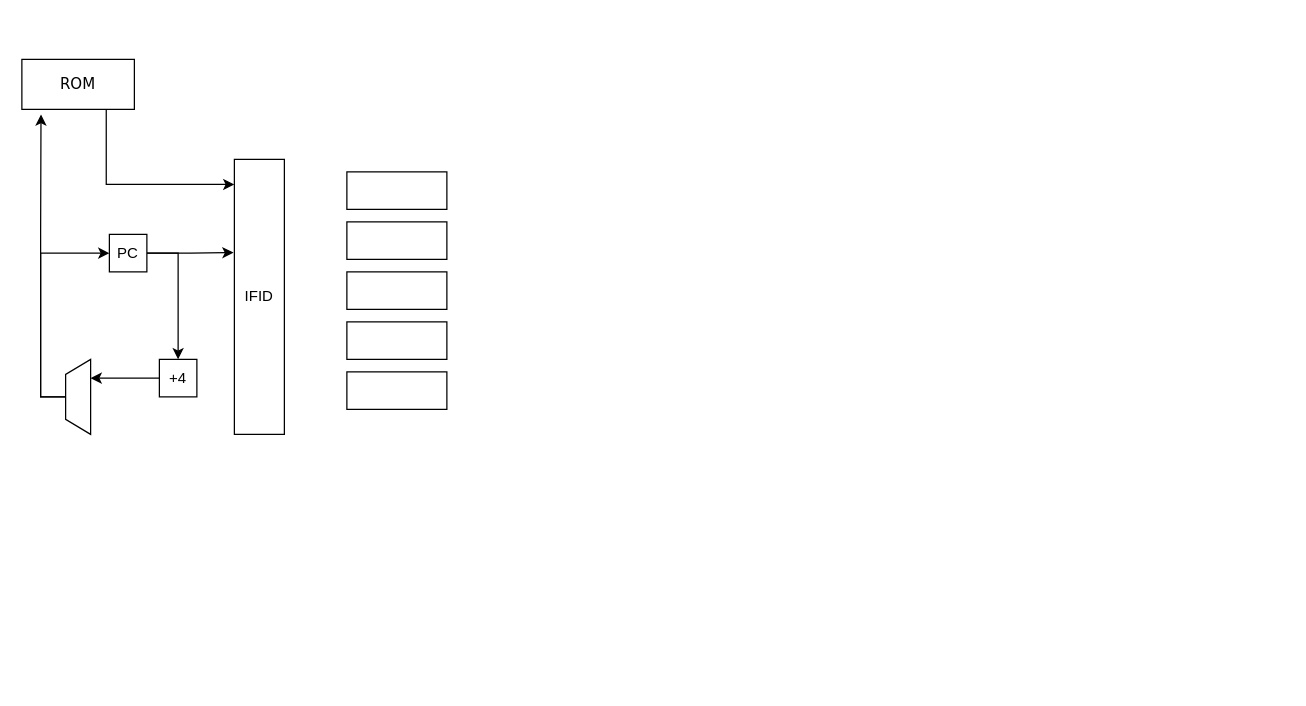
This is Untitled Diagram.drawio from woshiys/-, a draw.io file, before an edit. Source tidied: cells renumbered, new cells numbered last; positions are measured from the earlier drawing's top-left corner, leaving out a move shared by most shapes. Both pictures are drawn from the tidied source at 125%, with x=0, y=0 at pixel (21, 59).
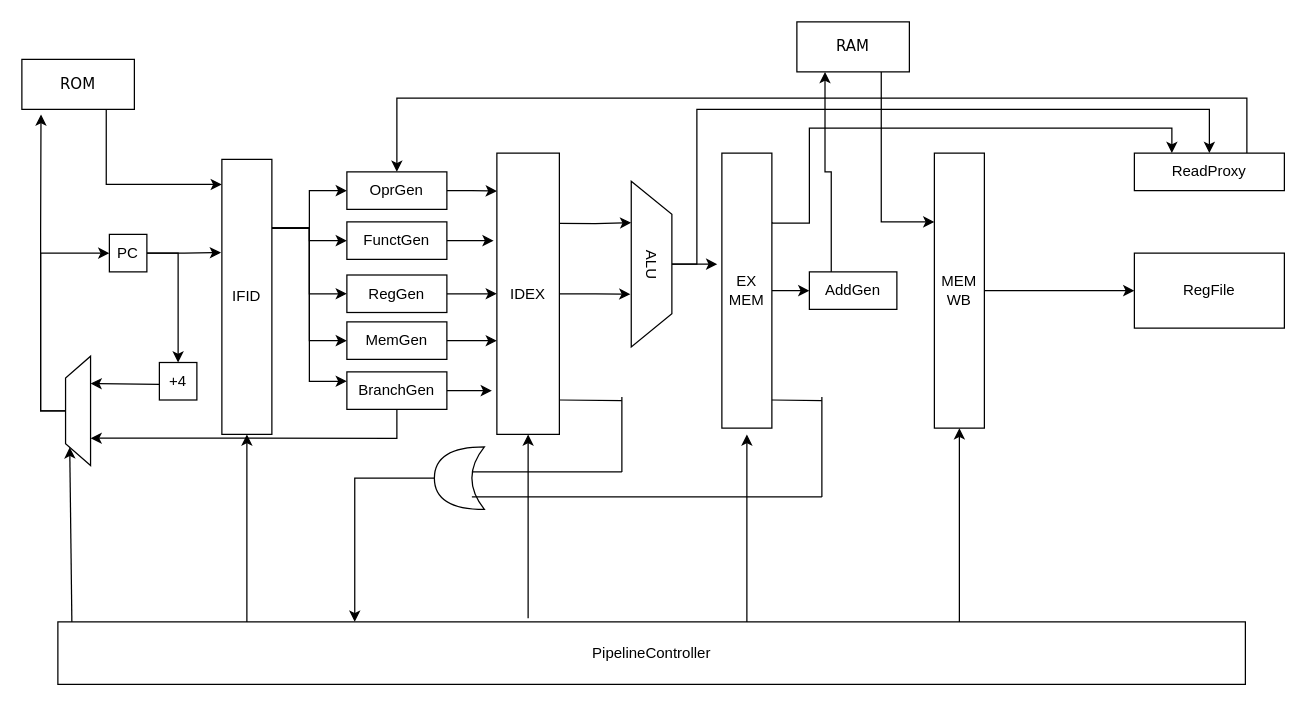
The same diagram, later.

What changed in the source:
```diff
@@
+    <mxCell id="18" style="edgeStyle=orthogonalEdgeStyle;rounded=0;jettySize=auto;html=1;exitX=1;exitY=0.25;exitDx=0;exitDy=0;entryX=0;entryY=0.5;entryDx=0;entryDy=0;" parent="1" edge="1" source="7" target="13">
+      <mxGeometry relative="1" as="geometry" />
+    </mxCell>
+    <mxCell id="19" style="edgeStyle=orthogonalEdgeStyle;rounded=0;jettySize=auto;html=1;exitX=1;exitY=0.25;exitDx=0;exitDy=0;entryX=0;entryY=0.5;entryDx=0;entryDy=0;" parent="1" edge="1" source="7" target="14">
+      <mxGeometry relative="1" as="geometry" />
+    </mxCell>
+    <mxCell id="20" style="edgeStyle=orthogonalEdgeStyle;rounded=0;jettySize=auto;html=1;exitX=1;exitY=0.25;exitDx=0;exitDy=0;entryX=0;entryY=0.5;entryDx=0;entryDy=0;" parent="1" edge="1" source="7" target="15">
+      <mxGeometry relative="1" as="geometry" />
+    </mxCell>
+    <mxCell id="21" style="edgeStyle=orthogonalEdgeStyle;rounded=0;jettySize=auto;html=1;exitX=1;exitY=0.25;exitDx=0;exitDy=0;entryX=0;entryY=0.5;entryDx=0;entryDy=0;" parent="1" edge="1" source="7" target="16">
+      <mxGeometry relative="1" as="geometry" />
+    </mxCell>
+    <mxCell id="22" style="edgeStyle=orthogonalEdgeStyle;rounded=0;jettySize=auto;html=1;exitX=1;exitY=0.25;exitDx=0;exitDy=0;entryX=0;entryY=0.25;entryDx=0;entryDy=0;" parent="1" edge="1" source="7" target="17">
+      <mxGeometry relative="1" as="geometry" />
+    </mxCell>
     <mxCell id="7" value="IFID" style="rounded=0;whiteSpace=wrap;html=1;" parent="1" vertex="1">
-      <mxGeometry x="170" y="80" width="40" height="220" as="geometry" />
+      <mxGeometry x="160" y="80" width="40" height="220" as="geometry" />
     </mxCell>
@@
     <mxCell id="10" style="shape=trapezoid;perimeter=trapezoidPerimeter;whiteSpace=wrap;html=1;rotation=-90;" parent="1" vertex="1">
-      <mxGeometry x="15" y="260" width="60" height="20" as="geometry" />
+      <mxGeometry x="1.2" y="271.2" width="87.5" height="20" as="geometry" />
     </mxCell>
-    <mxCell id="11" style="edgeStyle=orthogonalEdgeStyle;rounded=0;jettySize=auto;html=1;exitX=0;exitY=0.5;exitDx=0;exitDy=0;entryX=0.75;entryY=1;entryDx=0;entryDy=0;" parent="1" edge="1" source="12" target="10">
-      <mxGeometry relative="1" as="geometry" />
-    </mxCell>
     <mxCell id="12" value="+4" style="whiteSpace=wrap;html=1;" parent="1" vertex="1">
-      <mxGeometry x="110" y="240" width="30" height="30" as="geometry" />
+      <mxGeometry x="110" y="242.5" width="30" height="30" as="geometry" />
     </mxCell>
+    <mxCell id="23" style="edgeStyle=orthogonalEdgeStyle;rounded=0;jettySize=auto;html=1;exitX=1;exitY=0.5;exitDx=0;exitDy=0;entryX=0;entryY=0.135;entryDx=0;entryDy=0;entryPerimeter=0;" parent="1" edge="1" source="13" target="32">
+      <mxGeometry relative="1" as="geometry" />
+    </mxCell>
-    <mxCell id="13" style="rounded=0;whiteSpace=wrap;html=1;" parent="1" vertex="1">
+    <mxCell id="13" value="OprGen" style="rounded=0;whiteSpace=wrap;html=1;" parent="1" vertex="1">
       <mxGeometry x="260" y="90" width="80" height="30" as="geometry" />
     </mxCell>
+    <mxCell id="24" style="edgeStyle=orthogonalEdgeStyle;rounded=0;jettySize=auto;html=1;exitX=1;exitY=0.5;exitDx=0;exitDy=0;entryX=-0.053;entryY=0.313;entryDx=0;entryDy=0;entryPerimeter=0;" parent="1" edge="1" source="14" target="32">
+      <mxGeometry relative="1" as="geometry" />
+    </mxCell>
-    <mxCell id="14" style="rounded=0;whiteSpace=wrap;html=1;" parent="1" vertex="1">
+    <mxCell id="14" value="FunctGen" style="rounded=0;whiteSpace=wrap;html=1;" parent="1" vertex="1">
       <mxGeometry x="260" y="130" width="80" height="30" as="geometry" />
     </mxCell>
+    <mxCell id="25" style="edgeStyle=orthogonalEdgeStyle;rounded=0;jettySize=auto;html=1;exitX=1;exitY=0.5;exitDx=0;exitDy=0;entryX=0;entryY=0.5;entryDx=0;entryDy=0;" parent="1" edge="1" source="15" target="32">
+      <mxGeometry relative="1" as="geometry" />
+    </mxCell>
-    <mxCell id="15" style="rounded=0;whiteSpace=wrap;html=1;" parent="1" vertex="1">
-      <mxGeometry x="260" y="170" width="80" height="30" as="geometry" />
+    <mxCell id="15" value="RegGen" style="rounded=0;whiteSpace=wrap;html=1;" parent="1" vertex="1">
+      <mxGeometry x="260" y="172.5" width="80" height="30" as="geometry" />
     </mxCell>
+    <mxCell id="26" style="edgeStyle=orthogonalEdgeStyle;rounded=0;jettySize=auto;html=1;exitX=1;exitY=0.5;exitDx=0;exitDy=0;entryX=0;entryY=0.667;entryDx=0;entryDy=0;entryPerimeter=0;" parent="1" edge="1" source="16" target="32">
+      <mxGeometry relative="1" as="geometry" />
+    </mxCell>
-    <mxCell id="16" style="rounded=0;whiteSpace=wrap;html=1;" parent="1" vertex="1">
+    <mxCell id="16" value="MemGen" style="rounded=0;whiteSpace=wrap;html=1;" parent="1" vertex="1">
       <mxGeometry x="260" y="210" width="80" height="30" as="geometry" />
     </mxCell>
+    <mxCell id="27" style="edgeStyle=orthogonalEdgeStyle;rounded=0;jettySize=auto;html=1;exitX=1;exitY=0.5;exitDx=0;exitDy=0;entryX=-0.08;entryY=0.843;entryDx=0;entryDy=0;entryPerimeter=0;" parent="1" edge="1" source="17" target="32">
+      <mxGeometry relative="1" as="geometry" />
+    </mxCell>
+    <mxCell id="28" style="edgeStyle=orthogonalEdgeStyle;rounded=0;jettySize=auto;html=1;exitX=0.25;exitY=1;exitDx=0;exitDy=0;" parent="1" edge="1" source="17">
+      <mxGeometry relative="1" as="geometry">
+        <mxPoint x="280.1" y="280.6" as="targetPoint" />
+      </mxGeometry>
+    </mxCell>
+    <mxCell id="29" style="edgeStyle=orthogonalEdgeStyle;rounded=0;jettySize=auto;html=1;exitX=0.5;exitY=1;exitDx=0;exitDy=0;entryX=0.25;entryY=1;entryDx=0;entryDy=0;" parent="1" edge="1" source="17" target="10">
+      <mxGeometry relative="1" as="geometry" />
+    </mxCell>
-    <mxCell id="17" style="rounded=0;whiteSpace=wrap;html=1;" parent="1" vertex="1">
+    <mxCell id="17" value="BranchGen" style="rounded=0;whiteSpace=wrap;html=1;" parent="1" vertex="1">
       <mxGeometry x="260" y="250" width="80" height="30" as="geometry" />
     </mxCell>
+    <mxCell id="30" style="edgeStyle=orthogonalEdgeStyle;rounded=0;jettySize=auto;html=1;exitX=1;exitY=0.25;exitDx=0;exitDy=0;entryX=0.25;entryY=1;entryDx=0;entryDy=0;" parent="1" edge="1" source="32" target="35">
+      <mxGeometry relative="1" as="geometry" />
+    </mxCell>
+    <mxCell id="31" style="edgeStyle=orthogonalEdgeStyle;rounded=0;jettySize=auto;html=1;exitX=1;exitY=0.5;exitDx=0;exitDy=0;entryX=0.682;entryY=1.021;entryDx=0;entryDy=0;entryPerimeter=0;" parent="1" edge="1" source="32" target="35">
+      <mxGeometry relative="1" as="geometry" />
+    </mxCell>
+    <mxCell id="32" value="IDEX" style="rounded=0;whiteSpace=wrap;html=1;" parent="1" vertex="1">
+      <mxGeometry x="380" y="75" width="50" height="225" as="geometry" />
+    </mxCell>
+    <mxCell id="33" style="edgeStyle=orthogonalEdgeStyle;rounded=0;jettySize=auto;html=1;exitX=0.5;exitY=0;exitDx=0;exitDy=0;entryX=-0.092;entryY=0.401;entryDx=0;entryDy=0;entryPerimeter=0;" parent="1" edge="1" source="35" target="38">
+      <mxGeometry relative="1" as="geometry" />
+    </mxCell>
+    <mxCell id="34" style="edgeStyle=orthogonalEdgeStyle;rounded=0;jettySize=auto;html=1;exitX=0.5;exitY=0;exitDx=0;exitDy=0;entryX=0.5;entryY=0;entryDx=0;entryDy=0;" parent="1" edge="1" source="35" target="46">
+      <mxGeometry relative="1" as="geometry">
+        <Array as="points">
+          <mxPoint x="540" y="163" />
+          <mxPoint x="540" y="40" />
+          <mxPoint x="950" y="40" />
+        </Array>
+      </mxGeometry>
+    </mxCell>
+    <mxCell id="35" value="ALU" style="shape=trapezoid;perimeter=trapezoidPerimeter;whiteSpace=wrap;html=1;rotation=90;" parent="1" vertex="1">
+      <mxGeometry x="437.5" y="147.5" width="132.5" height="32.5" as="geometry" />
+    </mxCell>
+    <mxCell id="36" style="edgeStyle=orthogonalEdgeStyle;rounded=0;jettySize=auto;html=1;exitX=1;exitY=0.25;exitDx=0;exitDy=0;entryX=0.25;entryY=0;entryDx=0;entryDy=0;" parent="1" edge="1" source="38" target="46">
+      <mxGeometry relative="1" as="geometry">
+        <Array as="points">
+          <mxPoint x="630" y="131" />
+          <mxPoint x="630" y="55" />
+          <mxPoint x="920" y="55" />
+        </Array>
+      </mxGeometry>
+    </mxCell>
+    <mxCell id="37" style="edgeStyle=orthogonalEdgeStyle;rounded=0;jettySize=auto;html=1;exitX=1;exitY=0.5;exitDx=0;exitDy=0;entryX=0;entryY=0.5;entryDx=0;entryDy=0;" parent="1" edge="1" source="38" target="42">
+      <mxGeometry relative="1" as="geometry" />
+    </mxCell>
+    <mxCell id="38" value="EX&lt;br&gt;MEM" style="rounded=0;whiteSpace=wrap;html=1;" parent="1" vertex="1">
+      <mxGeometry x="560" y="75" width="40" height="220" as="geometry" />
+    </mxCell>
+    <mxCell id="39" style="edgeStyle=orthogonalEdgeStyle;rounded=0;jettySize=auto;html=1;exitX=1;exitY=0.5;exitDx=0;exitDy=0;entryX=0;entryY=0.5;entryDx=0;entryDy=0;" parent="1" edge="1" source="40" target="47">
+      <mxGeometry relative="1" as="geometry" />
+    </mxCell>
+    <mxCell id="40" value="MEM&lt;br&gt;WB" style="rounded=0;whiteSpace=wrap;html=1;" parent="1" vertex="1">
+      <mxGeometry x="730" y="75" width="40" height="220" as="geometry" />
+    </mxCell>
+    <mxCell id="41" style="edgeStyle=orthogonalEdgeStyle;rounded=0;jettySize=auto;html=1;exitX=0.25;exitY=0;exitDx=0;exitDy=0;entryX=0.25;entryY=1;entryDx=0;entryDy=0;" parent="1" edge="1" source="42" target="44">
+      <mxGeometry relative="1" as="geometry" />
+    </mxCell>
+    <mxCell id="42" value="AddGen" style="rounded=0;whiteSpace=wrap;html=1;" parent="1" vertex="1">
+      <mxGeometry x="630" y="170" width="70" height="30" as="geometry" />
+    </mxCell>
+    <mxCell id="43" style="edgeStyle=orthogonalEdgeStyle;rounded=0;jettySize=auto;html=1;exitX=0.75;exitY=1;exitDx=0;exitDy=0;entryX=0;entryY=0.25;entryDx=0;entryDy=0;" parent="1" edge="1" source="44" target="40">
+      <mxGeometry relative="1" as="geometry" />
+    </mxCell>
+    <mxCell id="44" value="&lt;font style=&quot;vertical-align: inherit&quot; face=&quot;Verdana&quot;&gt;RAM&lt;/font&gt;" style="rounded=0;whiteSpace=wrap;html=1;" parent="1" vertex="1">
+      <mxGeometry x="620" y="-30" width="90" height="40" as="geometry" />
+    </mxCell>
+    <mxCell id="45" style="edgeStyle=orthogonalEdgeStyle;rounded=0;jettySize=auto;html=1;exitX=0.75;exitY=0;exitDx=0;exitDy=0;entryX=0.5;entryY=0;entryDx=0;entryDy=0;" parent="1" edge="1" source="46" target="13">
+      <mxGeometry relative="1" as="geometry">
+        <Array as="points">
+          <mxPoint x="980" y="31" />
+          <mxPoint x="300" y="31" />
+        </Array>
+      </mxGeometry>
+    </mxCell>
+    <mxCell id="46" value="ReadProxy" style="rounded=0;whiteSpace=wrap;html=1;" parent="1" vertex="1">
+      <mxGeometry x="890" y="75" width="120" height="30" as="geometry" />
+    </mxCell>
+    <mxCell id="47" value="RegFile" style="rounded=0;whiteSpace=wrap;html=1;" parent="1" vertex="1">
+      <mxGeometry x="890" y="155" width="120" height="60" as="geometry" />
+    </mxCell>
+    <mxCell id="48" style="edgeStyle=orthogonalEdgeStyle;rounded=0;jettySize=auto;html=1;exitX=1;exitY=0.5;exitDx=0;exitDy=0;exitPerimeter=0;entryX=0.25;entryY=0;entryDx=0;entryDy=0;" parent="1" edge="1" source="49" target="50">
+      <mxGeometry relative="1" as="geometry">
+        <Array as="points">
+          <mxPoint x="266" y="335" />
+        </Array>
+      </mxGeometry>
+    </mxCell>
+    <mxCell id="49" style="shape=xor;whiteSpace=wrap;html=1;rotation=-180;" parent="1" vertex="1">
+      <mxGeometry x="330" y="310" width="40" height="50" as="geometry" />
+    </mxCell>
+    <mxCell id="50" value="PipelineController" style="rounded=0;whiteSpace=wrap;html=1;" parent="1" vertex="1">
+      <mxGeometry x="28.8" y="450" width="950" height="50" as="geometry" />
+    </mxCell>
+    <mxCell id="51" style="endArrow=classic;html=1;" parent="1" edge="1">
+      <mxGeometry relative="1" as="geometry">
+        <mxPoint x="580" y="450" as="sourcePoint" />
+        <mxPoint x="580" y="300" as="targetPoint" />
+      </mxGeometry>
+    </mxCell>
+    <mxCell id="52" style="endArrow=classic;html=1;entryX=0.5;entryY=1;entryDx=0;entryDy=0;" parent="1" edge="1" target="40">
+      <mxGeometry relative="1" as="geometry">
+        <mxPoint x="750" y="450" as="sourcePoint" />
+      </mxGeometry>
+    </mxCell>
+    <mxCell id="53" style="endArrow=classic;html=1;entryX=0.5;entryY=1;entryDx=0;entryDy=0;" parent="1" edge="1" target="7">
+      <mxGeometry relative="1" as="geometry">
+        <mxPoint x="180" y="450" as="sourcePoint" />
+      </mxGeometry>
+    </mxCell>
+    <mxCell id="54" style="endArrow=classic;html=1;entryX=0.75;entryY=1;entryDx=0;entryDy=0;" parent="1" edge="1" target="10">
+      <mxGeometry relative="1" as="geometry">
+        <mxPoint x="110" y="260" as="sourcePoint" />
+      </mxGeometry>
+    </mxCell>
+    <mxCell id="55" style="endArrow=classic;html=1;entryX=0.5;entryY=1;entryDx=0;entryDy=0;" parent="1" edge="1" target="32">
+      <mxGeometry relative="1" as="geometry">
+        <mxPoint x="405" y="447" as="sourcePoint" />
+      </mxGeometry>
+    </mxCell>
+    <mxCell id="56" style="endArrow=none;html=1;" parent="1" edge="1">
+      <mxGeometry relative="1" as="geometry">
+        <mxPoint x="430" y="272.5" as="sourcePoint" />
+        <mxPoint x="480" y="273" as="targetPoint" />
+      </mxGeometry>
+    </mxCell>
+    <mxCell id="57" style="endArrow=none;html=1;" parent="1" edge="1">
+      <mxGeometry relative="1" as="geometry">
+        <mxPoint x="360" y="330" as="sourcePoint" />
+        <mxPoint x="480" y="330" as="targetPoint" />
+      </mxGeometry>
+    </mxCell>
+    <mxCell id="58" style="endArrow=none;html=1;" parent="1" edge="1">
+      <mxGeometry relative="1" as="geometry">
+        <mxPoint x="480" y="330" as="sourcePoint" />
+        <mxPoint x="480" y="270" as="targetPoint" />
+      </mxGeometry>
+    </mxCell>
+    <mxCell id="59" style="endArrow=none;html=1;" parent="1" edge="1">
+      <mxGeometry relative="1" as="geometry">
+        <mxPoint x="360" y="350" as="sourcePoint" />
+        <mxPoint x="640" y="350" as="targetPoint" />
+      </mxGeometry>
+    </mxCell>
+    <mxCell id="60" style="endArrow=none;html=1;" parent="1" edge="1">
+      <mxGeometry relative="1" as="geometry">
+        <mxPoint x="600" y="272.5" as="sourcePoint" />
+        <mxPoint x="640" y="273" as="targetPoint" />
+      </mxGeometry>
+    </mxCell>
+    <mxCell id="61" style="endArrow=none;html=1;" parent="1" edge="1">
+      <mxGeometry relative="1" as="geometry">
+        <mxPoint x="640" y="350" as="sourcePoint" />
+        <mxPoint x="640" y="270" as="targetPoint" />
+      </mxGeometry>
+    </mxCell>
+    <mxCell id="62" style="endArrow=classic;html=1;entryX=0;entryY=0;entryDx=0;entryDy=0;" parent="1" edge="1" target="10">
+      <mxGeometry relative="1" as="geometry">
+        <mxPoint x="40" y="450" as="sourcePoint" />
+      </mxGeometry>
+    </mxCell>
```
